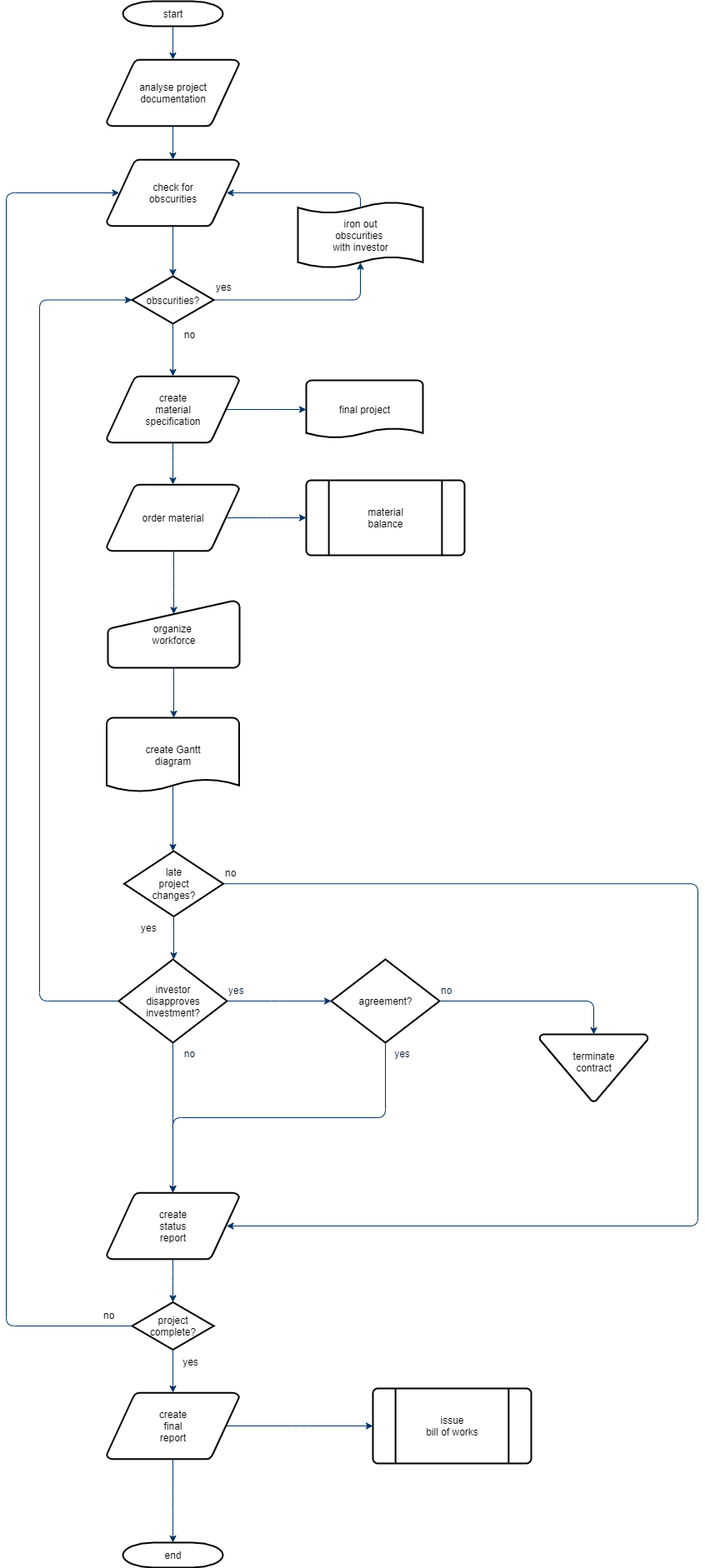
OPEN-NEXT/wp3_pub keeps this draw.io diagram as Flowchart1.png. Above is the earlier version. Source tidied: cells renumbered, new cells last; positions are measured from the earlier drawing's top-left corner, leaving out a move shared by most shapes. Source of this version:
```xml
<mxGraphModel background="#ffffff">
  <root>
    <mxCell id="0" />
    <mxCell id="1" parent="0" />
    <mxCell id="2" value="start" style="shape=mxgraph.flowchart.terminator;strokeWidth=2;gradientColor=none;gradientDirection=north;fontStyle=0;html=1;" parent="1" vertex="1">
      <mxGeometry x="140" width="120" height="30" as="geometry" />
    </mxCell>
    <mxCell id="3" value="analyse project&#10; documentation" style="shape=mxgraph.flowchart.data;strokeWidth=2;gradientColor=none;gradientDirection=north;fontStyle=0;html=1;" parent="1" vertex="1">
      <mxGeometry x="120.5" y="70" width="159" height="80" as="geometry" />
    </mxCell>
    <mxCell id="4" value="create&#10;material&#10;specification" style="shape=mxgraph.flowchart.data;strokeWidth=2;gradientColor=none;gradientDirection=north;fontStyle=0;html=1;" parent="1" vertex="1">
      <mxGeometry x="120.5" y="450" width="159" height="80" as="geometry" />
    </mxCell>
    <mxCell id="5" value="check for&#10;obscurities" style="shape=mxgraph.flowchart.data;strokeWidth=2;gradientColor=none;gradientDirection=north;fontStyle=0;html=1;" parent="1" vertex="1">
      <mxGeometry x="120.5" y="190" width="159" height="80" as="geometry" />
    </mxCell>
    <mxCell id="6" value="obscurities?" style="shape=mxgraph.flowchart.decision;strokeWidth=2;gradientColor=none;gradientDirection=north;fontStyle=0;html=1;" parent="1" vertex="1">
      <mxGeometry x="151" y="330" width="98" height="57" as="geometry" />
    </mxCell>
    <mxCell id="7" style="fontStyle=1;strokeColor=#003366;strokeWidth=1;html=1;" parent="1" edge="1" source="2" target="3">
      <mxGeometry relative="1" as="geometry" />
    </mxCell>
    <mxCell id="8" style="fontStyle=1;strokeColor=#003366;strokeWidth=1;html=1;" parent="1" edge="1" source="3" target="5">
      <mxGeometry relative="1" as="geometry" />
    </mxCell>
    <mxCell id="9" style="entryX=0.5;entryY=0;entryPerimeter=0;fontStyle=1;strokeColor=#003366;strokeWidth=1;html=1;" parent="1" edge="1" source="5" target="6">
      <mxGeometry relative="1" as="geometry" />
    </mxCell>
    <mxCell id="10" style="edgeStyle=elbowEdgeStyle;elbow=horizontal;entryX=0.5;entryY=0.91;entryPerimeter=0;exitX=1;exitY=0.5;exitPerimeter=0;fontStyle=1;strokeColor=#003366;strokeWidth=1;html=1;" parent="1" edge="1" source="6" target="51">
      <mxGeometry x="381" y="28.5" as="geometry">
        <Array as="points">
          <mxPoint x="425" y="340" />
        </Array>
      </mxGeometry>
    </mxCell>
    <mxCell id="11" value="yes" style="text;fontStyle=0;html=1;strokeColor=none;gradientColor=none;fillColor=none;strokeWidth=2;" parent="1" vertex="1">
      <mxGeometry x="250" y="330" width="40" height="26" as="geometry" />
    </mxCell>
    <mxCell id="12" style="edgeStyle=elbowEdgeStyle;elbow=horizontal;fontColor=#001933;fontStyle=1;strokeColor=#003366;strokeWidth=1;html=1;" parent="1" edge="1" source="6" target="4">
      <mxGeometry as="geometry" />
    </mxCell>
    <mxCell id="13" value="order material" style="shape=mxgraph.flowchart.data;strokeWidth=2;gradientColor=none;gradientDirection=north;fontStyle=0;html=1;" parent="1" vertex="1">
      <mxGeometry x="120.5" y="580" width="159" height="80" as="geometry" />
    </mxCell>
    <mxCell id="14" value="no" style="text;fontStyle=0;html=1;strokeColor=none;gradientColor=none;fillColor=none;strokeWidth=2;align=center;" parent="1" vertex="1">
      <mxGeometry x="200" y="387" width="40" height="26" as="geometry" />
    </mxCell>
    <mxCell id="15" value="final project" style="shape=mxgraph.flowchart.document;strokeWidth=2;gradientColor=none;gradientDirection=north;fontStyle=0;html=1;" parent="1" vertex="1">
      <mxGeometry x="360" y="455" width="140" height="70" as="geometry" />
    </mxCell>
    <mxCell id="16" style="edgeStyle=elbowEdgeStyle;elbow=horizontal;exitX=0.905;exitY=0.5;exitPerimeter=0;fontStyle=1;strokeColor=#003366;strokeWidth=1;html=1;" parent="1" edge="1" source="4" target="15">
      <mxGeometry as="geometry" />
    </mxCell>
    <mxCell id="17" style="edgeStyle=elbowEdgeStyle;elbow=horizontal;fontStyle=1;strokeColor=#003366;strokeWidth=1;html=1;" parent="1" edge="1" source="4" target="13">
      <mxGeometry as="geometry" />
    </mxCell>
    <mxCell id="18" value="material&#10;balance" style="shape=mxgraph.flowchart.predefined_process;strokeWidth=2;gradientColor=none;gradientDirection=north;fontStyle=0;html=1;" parent="1" vertex="1">
      <mxGeometry x="360" y="575" width="190" height="90" as="geometry" />
    </mxCell>
    <mxCell id="19" style="edgeStyle=elbowEdgeStyle;elbow=horizontal;exitX=0.905;exitY=0.5;exitPerimeter=0;fontStyle=1;strokeColor=#003366;strokeWidth=1;html=1;" parent="1" edge="1" source="13" target="18">
      <mxGeometry as="geometry" />
    </mxCell>
    <mxCell id="20" value="organize &#10;workforce" style="shape=mxgraph.flowchart.manual_input;strokeWidth=2;gradientColor=none;gradientDirection=north;fontStyle=0;html=1;" parent="1" vertex="1">
      <mxGeometry x="122" y="720" width="158" height="80" as="geometry" />
    </mxCell>
    <mxCell id="21" style="edgeStyle=elbowEdgeStyle;elbow=horizontal;entryX=0.5;entryY=0.195;entryPerimeter=0;fontStyle=1;strokeColor=#003366;strokeWidth=1;html=1;" parent="1" edge="1" source="13" target="20">
      <mxGeometry as="geometry" />
    </mxCell>
    <mxCell id="22" value="create Gantt&#10;diagram" style="shape=mxgraph.flowchart.document;strokeWidth=2;gradientColor=none;gradientDirection=north;fontStyle=0;html=1;" parent="1" vertex="1">
      <mxGeometry x="120.5" y="860" width="159" height="90" as="geometry" />
    </mxCell>
    <mxCell id="23" style="edgeStyle=elbowEdgeStyle;elbow=horizontal;exitX=0.5;exitY=1;exitPerimeter=0;fontStyle=1;strokeColor=#003366;strokeWidth=1;html=1;" parent="1" edge="1" source="20" target="22">
      <mxGeometry as="geometry" />
    </mxCell>
    <mxCell id="24" value="late&#10;project&#10;changes?" style="shape=mxgraph.flowchart.decision;strokeWidth=2;gradientColor=none;gradientDirection=north;fontStyle=0;html=1;" parent="1" vertex="1">
      <mxGeometry x="141.5" y="1020" width="119" height="78.5" as="geometry" />
    </mxCell>
    <mxCell id="25" style="edgeStyle=elbowEdgeStyle;elbow=horizontal;exitX=0.5;exitY=0.9;exitPerimeter=0;fontStyle=1;strokeColor=#003366;strokeWidth=1;html=1;" parent="1" edge="1" source="22" target="24">
      <mxGeometry as="geometry" />
    </mxCell>
    <mxCell id="26" style="edgeStyle=elbowEdgeStyle;elbow=horizontal;exitX=0;exitY=0.5;exitPerimeter=0;entryX=0;entryY=0.5;entryPerimeter=0;fontStyle=1;strokeColor=#003366;strokeWidth=1;html=1;" parent="1" edge="1" source="28" target="6">
      <mxGeometry as="geometry">
        <Array as="points">
          <mxPoint x="40" y="790" />
        </Array>
      </mxGeometry>
    </mxCell>
    <mxCell id="27" value="yes" style="text;fontStyle=0;html=1;strokeColor=none;gradientColor=none;fillColor=none;strokeWidth=2;" parent="1" vertex="1">
      <mxGeometry x="160" y="1098.5" width="40" height="26" as="geometry" />
    </mxCell>
    <mxCell id="28" value="investor&#10;disapproves&#10; investment?" style="shape=mxgraph.flowchart.decision;strokeWidth=2;gradientColor=none;gradientDirection=north;fontStyle=0;html=1;" parent="1" vertex="1">
      <mxGeometry x="135" y="1150" width="130" height="100" as="geometry" />
    </mxCell>
    <mxCell id="29" value="agreement?" style="shape=mxgraph.flowchart.decision;strokeWidth=2;gradientColor=none;gradientDirection=north;fontStyle=0;html=1;" parent="1" vertex="1">
      <mxGeometry x="390" y="1150" width="130" height="100" as="geometry" />
    </mxCell>
    <mxCell id="30" style="edgeStyle=elbowEdgeStyle;elbow=horizontal;exitX=0.5;exitY=1;exitPerimeter=0;fontStyle=1;strokeColor=#003366;strokeWidth=1;html=1;" parent="1" edge="1" source="24" target="28">
      <mxGeometry as="geometry" />
    </mxCell>
    <mxCell id="31" style="edgeStyle=elbowEdgeStyle;elbow=horizontal;exitX=1;exitY=0.5;exitPerimeter=0;entryX=0;entryY=0.5;entryPerimeter=0;fontStyle=1;strokeColor=#003366;strokeWidth=1;html=1;" parent="1" edge="1" source="28" target="29">
      <mxGeometry as="geometry" />
    </mxCell>
    <mxCell id="32" value="terminate&#10;contract&#10;" style="shape=mxgraph.flowchart.merge_or_storage;strokeWidth=2;gradientColor=none;gradientDirection=north;fontStyle=0;html=1;" parent="1" vertex="1">
      <mxGeometry x="640" y="1240" width="130" height="80.5" as="geometry" />
    </mxCell>
    <mxCell id="33" style="edgeStyle=elbowEdgeStyle;elbow=vertical;exitX=1;exitY=0.5;exitPerimeter=0;entryX=0.5;entryY=0;entryPerimeter=0;fontStyle=1;strokeColor=#003366;strokeWidth=1;html=1;" parent="1" edge="1" source="29" target="32">
      <mxGeometry as="geometry">
        <Array as="points">
          <mxPoint x="620" y="1200" />
        </Array>
      </mxGeometry>
    </mxCell>
    <mxCell id="34" value="create&#10;status&#10;report" style="shape=mxgraph.flowchart.data;strokeWidth=2;gradientColor=none;gradientDirection=north;fontStyle=0;html=1;" parent="1" vertex="1">
      <mxGeometry x="120.5" y="1430" width="159" height="80" as="geometry" />
    </mxCell>
    <mxCell id="35" style="edgeStyle=elbowEdgeStyle;elbow=vertical;exitX=0.5;exitY=1;exitPerimeter=0;fontColor=#001933;fontStyle=1;strokeColor=#003366;strokeWidth=1;html=1;" parent="1" edge="1" source="28" target="34">
      <mxGeometry as="geometry" />
    </mxCell>
    <mxCell id="36" style="edgeStyle=elbowEdgeStyle;elbow=vertical;exitX=0.5;exitY=1;exitPerimeter=0;entryX=0.5;entryY=0;entryPerimeter=0;fontStyle=1;strokeColor=#003366;strokeWidth=1;html=1;" parent="1" edge="1" source="29" target="34">
      <mxGeometry as="geometry" />
    </mxCell>
    <mxCell id="37" value="project&#10;complete?" style="shape=mxgraph.flowchart.decision;strokeWidth=2;gradientColor=none;gradientDirection=north;fontStyle=0;html=1;" parent="1" vertex="1">
      <mxGeometry x="151" y="1561.5" width="98" height="57" as="geometry" />
    </mxCell>
    <mxCell id="38" value="create&#10;final&#10;report" style="shape=mxgraph.flowchart.data;strokeWidth=2;gradientColor=none;gradientDirection=north;fontStyle=0;html=1;" parent="1" vertex="1">
      <mxGeometry x="120.5" y="1670" width="159" height="80" as="geometry" />
    </mxCell>
    <mxCell id="39" value="issue&#10;bill of works" style="shape=mxgraph.flowchart.predefined_process;strokeWidth=2;gradientColor=none;gradientDirection=north;fontStyle=0;html=1;" parent="1" vertex="1">
      <mxGeometry x="440" y="1665" width="190" height="90" as="geometry" />
    </mxCell>
    <mxCell id="40" value="end" style="shape=mxgraph.flowchart.terminator;strokeWidth=2;gradientColor=none;gradientDirection=north;fontStyle=0;html=1;" parent="1" vertex="1">
      <mxGeometry x="140" y="1850" width="120" height="30" as="geometry" />
    </mxCell>
    <mxCell id="41" style="edgeStyle=elbowEdgeStyle;elbow=vertical;exitX=0.5;exitY=1;exitPerimeter=0;entryX=0.5;entryY=0;entryPerimeter=0;fontStyle=1;strokeColor=#003366;strokeWidth=1;html=1;" parent="1" edge="1" source="34" target="37">
      <mxGeometry as="geometry" />
    </mxCell>
    <mxCell id="42" style="edgeStyle=elbowEdgeStyle;elbow=vertical;exitX=0.5;exitY=1;exitPerimeter=0;entryX=0.5;entryY=0;entryPerimeter=0;fontStyle=1;strokeColor=#003366;strokeWidth=1;html=1;" parent="1" edge="1" source="37" target="38">
      <mxGeometry as="geometry" />
    </mxCell>
    <mxCell id="43" style="edgeStyle=elbowEdgeStyle;elbow=vertical;exitX=0.5;exitY=1;exitPerimeter=0;entryX=0.5;entryY=0;entryPerimeter=0;fontStyle=1;strokeColor=#003366;strokeWidth=1;html=1;" parent="1" edge="1" source="38" target="40">
      <mxGeometry as="geometry" />
    </mxCell>
    <mxCell id="44" style="edgeStyle=elbowEdgeStyle;elbow=vertical;exitX=0.905;exitY=0.5;exitPerimeter=0;entryX=0;entryY=0.5;entryPerimeter=0;fontStyle=1;strokeColor=#003366;strokeWidth=1;html=1;" parent="1" edge="1" source="38" target="39">
      <mxGeometry as="geometry" />
    </mxCell>
    <mxCell id="45" style="edgeStyle=elbowEdgeStyle;elbow=horizontal;exitX=1;exitY=0.5;exitPerimeter=0;entryX=0.905;entryY=0.5;entryPerimeter=0;fontStyle=1;strokeColor=#003366;strokeWidth=1;html=1;" parent="1" edge="1" source="24" target="34">
      <mxGeometry as="geometry">
        <Array as="points">
          <mxPoint x="830" y="1260" />
        </Array>
      </mxGeometry>
    </mxCell>
    <mxCell id="46" value="no" style="text;fontStyle=0;html=1;strokeColor=none;gradientColor=none;fillColor=none;strokeWidth=2;" parent="1" vertex="1">
      <mxGeometry x="260.5" y="1033.2" width="40" height="26" as="geometry" />
    </mxCell>
    <mxCell id="47" value="yes" style="text;fontColor=#001933;fontStyle=0;html=1;strokeColor=none;gradientColor=none;fillColor=none;strokeWidth=2;" parent="1" vertex="1">
      <mxGeometry x="265" y="1174" width="40" height="26" as="geometry" />
    </mxCell>
    <mxCell id="48" value="no" style="text;fontColor=#001933;fontStyle=0;html=1;strokeColor=none;gradientColor=none;fillColor=none;strokeWidth=2;align=center;" parent="1" vertex="1">
      <mxGeometry x="200" y="1250" width="40" height="26" as="geometry" />
    </mxCell>
    <mxCell id="49" value="yes" style="text;fontColor=#001933;fontStyle=0;html=1;strokeColor=none;gradientColor=none;fillColor=none;strokeWidth=2;align=center;" parent="1" vertex="1">
      <mxGeometry x="455" y="1250" width="40" height="26" as="geometry" />
    </mxCell>
    <mxCell id="50" value="no" style="text;fontColor=#001933;fontStyle=0;html=1;strokeColor=none;gradientColor=none;fillColor=none;strokeWidth=2;" parent="1" vertex="1">
      <mxGeometry x="520" y="1174" width="40" height="26" as="geometry" />
    </mxCell>
    <mxCell id="51" value="iron out&#10;obscurities &#10;with investor" style="shape=mxgraph.flowchart.paper_tape;strokeWidth=2;gradientColor=none;gradientDirection=north;fontStyle=0;html=1;" parent="1" vertex="1">
      <mxGeometry x="350" y="240" width="150" height="81" as="geometry" />
    </mxCell>
    <mxCell id="52" style="edgeStyle=elbowEdgeStyle;elbow=horizontal;exitX=0.5;exitY=0.09;exitPerimeter=0;entryX=0.905;entryY=0.5;entryPerimeter=0;fontStyle=1;strokeColor=#003366;strokeWidth=1;html=1;" parent="1" edge="1" source="51" target="5">
      <mxGeometry as="geometry">
        <Array as="points">
          <mxPoint x="425" y="240" />
        </Array>
      </mxGeometry>
    </mxCell>
    <mxCell id="53" value="yes" style="text;fontStyle=0;html=1;strokeColor=none;gradientColor=none;fillColor=none;strokeWidth=2;align=center;" parent="1" vertex="1">
      <mxGeometry x="201" y="1620" width="40" height="26" as="geometry" />
    </mxCell>
    <mxCell id="54" style="edgeStyle=elbowEdgeStyle;elbow=horizontal;exitX=0;exitY=0.5;exitPerimeter=0;entryX=0.095;entryY=0.5;entryPerimeter=0;fontStyle=1;strokeColor=#003366;strokeWidth=1;html=1;" parent="1" edge="1" source="37" target="5">
      <mxGeometry as="geometry">
        <Array as="points">
          <mxPoint y="910" />
        </Array>
      </mxGeometry>
    </mxCell>
    <mxCell id="55" value="no" style="text;fontStyle=0;html=1;strokeColor=none;gradientColor=none;fillColor=none;strokeWidth=2;" parent="1" vertex="1">
      <mxGeometry x="115" y="1564" width="40" height="26" as="geometry" />
    </mxCell>
  </root>
</mxGraphModel>
```
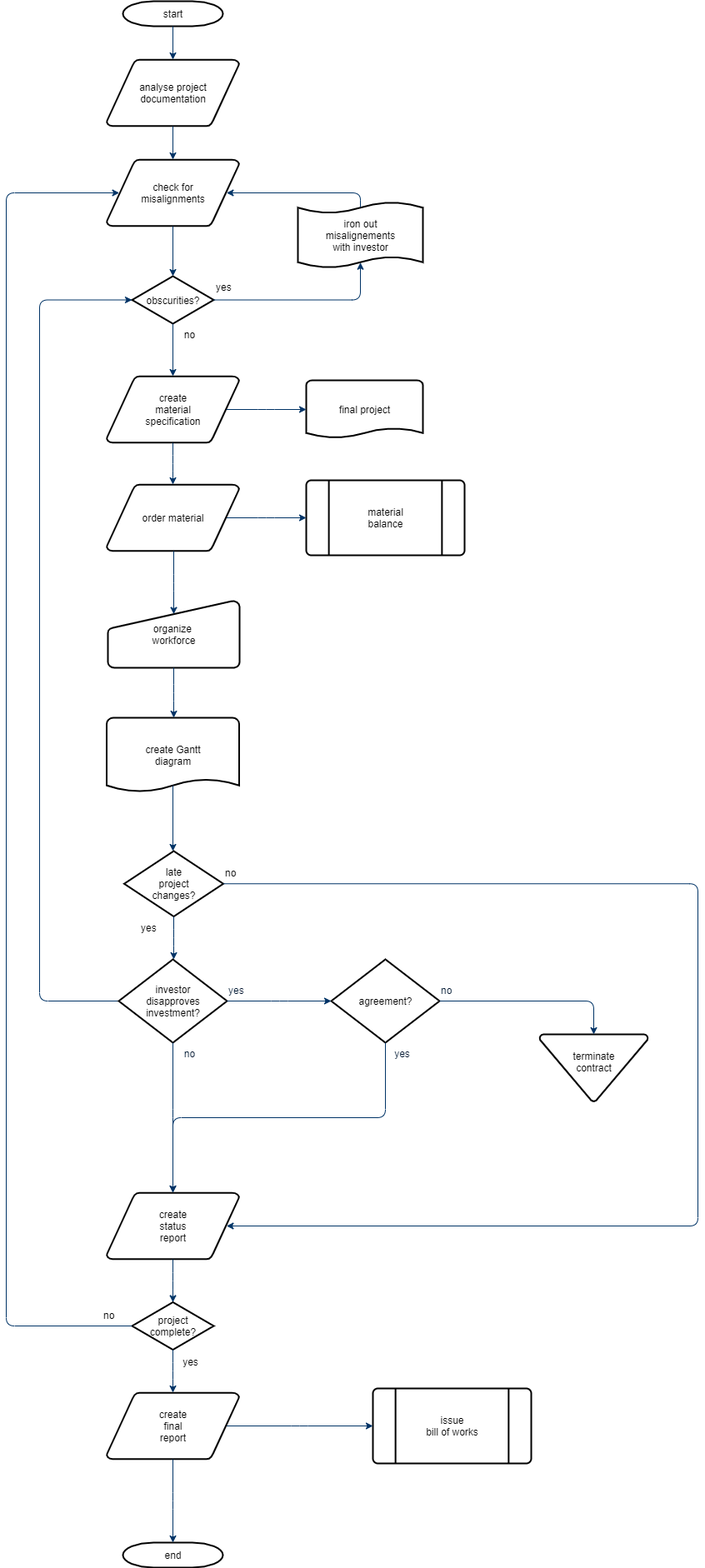
Above is the later version.

The edit, as a diff of the source:
```diff
@@ -11,7 +11,7 @@
     <mxCell id="4" value="create&#10;material&#10;specification" style="shape=mxgraph.flowchart.data;strokeWidth=2;gradientColor=none;gradientDirection=north;fontStyle=0;html=1;" parent="1" vertex="1">
       <mxGeometry x="120.5" y="450" width="159" height="80" as="geometry" />
     </mxCell>
-    <mxCell id="5" value="check for&#10;obscurities" style="shape=mxgraph.flowchart.data;strokeWidth=2;gradientColor=none;gradientDirection=north;fontStyle=0;html=1;" parent="1" vertex="1">
+    <mxCell id="5" value="check for&lt;br&gt;misalignments" style="shape=mxgraph.flowchart.data;strokeWidth=2;gradientColor=none;gradientDirection=north;fontStyle=0;html=1;" parent="1" vertex="1">
       <mxGeometry x="120.5" y="190" width="159" height="80" as="geometry" />
     </mxCell>
     <mxCell id="6" value="obscurities?" style="shape=mxgraph.flowchart.decision;strokeWidth=2;gradientColor=none;gradientDirection=north;fontStyle=0;html=1;" parent="1" vertex="1">
@@ -165,7 +165,7 @@
     <mxCell id="50" value="no" style="text;fontColor=#001933;fontStyle=0;html=1;strokeColor=none;gradientColor=none;fillColor=none;strokeWidth=2;" parent="1" vertex="1">
       <mxGeometry x="520" y="1174" width="40" height="26" as="geometry" />
     </mxCell>
-    <mxCell id="51" value="iron out&#10;obscurities &#10;with investor" style="shape=mxgraph.flowchart.paper_tape;strokeWidth=2;gradientColor=none;gradientDirection=north;fontStyle=0;html=1;" parent="1" vertex="1">
+    <mxCell id="51" value="iron out&lt;br&gt;misalignements&lt;br&gt;with investor" style="shape=mxgraph.flowchart.paper_tape;strokeWidth=2;gradientColor=none;gradientDirection=north;fontStyle=0;html=1;" parent="1" vertex="1">
       <mxGeometry x="350" y="240" width="150" height="81" as="geometry" />
     </mxCell>
     <mxCell id="52" style="edgeStyle=elbowEdgeStyle;elbow=horizontal;exitX=0.5;exitY=0.09;exitPerimeter=0;entryX=0.905;entryY=0.5;entryPerimeter=0;fontStyle=1;strokeColor=#003366;strokeWidth=1;html=1;" parent="1" edge="1" source="51" target="5">
```
